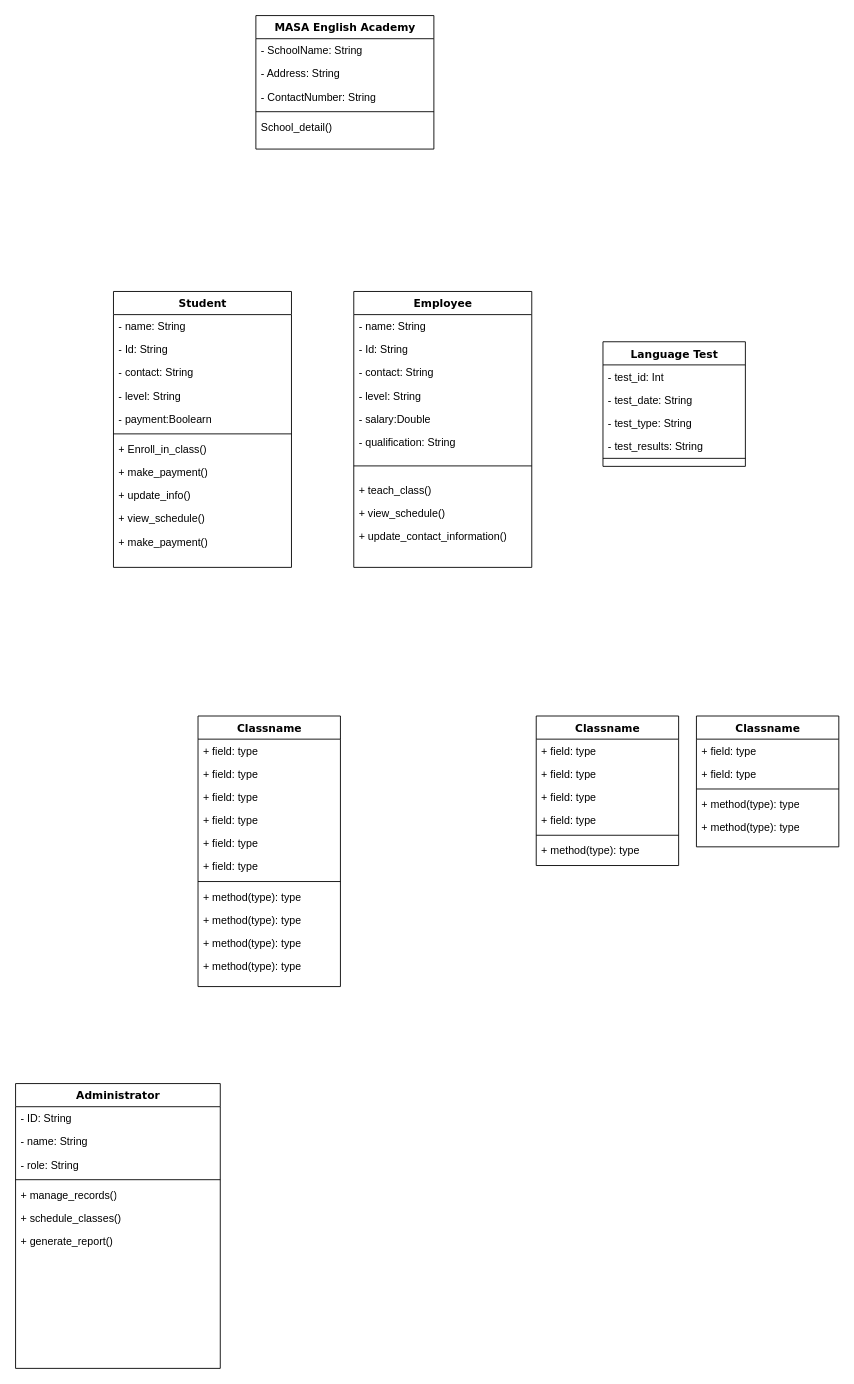
mati-tech/draw.io keeps this draw.io diagram as Masa_academy_diagram_class.drawio. Above is the earlier version. Source tidied: cells renumbered, new cells numbered last; positions are measured from the earlier drawing's top-left corner, leaving out a move shared by most shapes. Both pictures are drawn from the tidied source at 89%, with x=0, y=0 at pixel (15, 15).
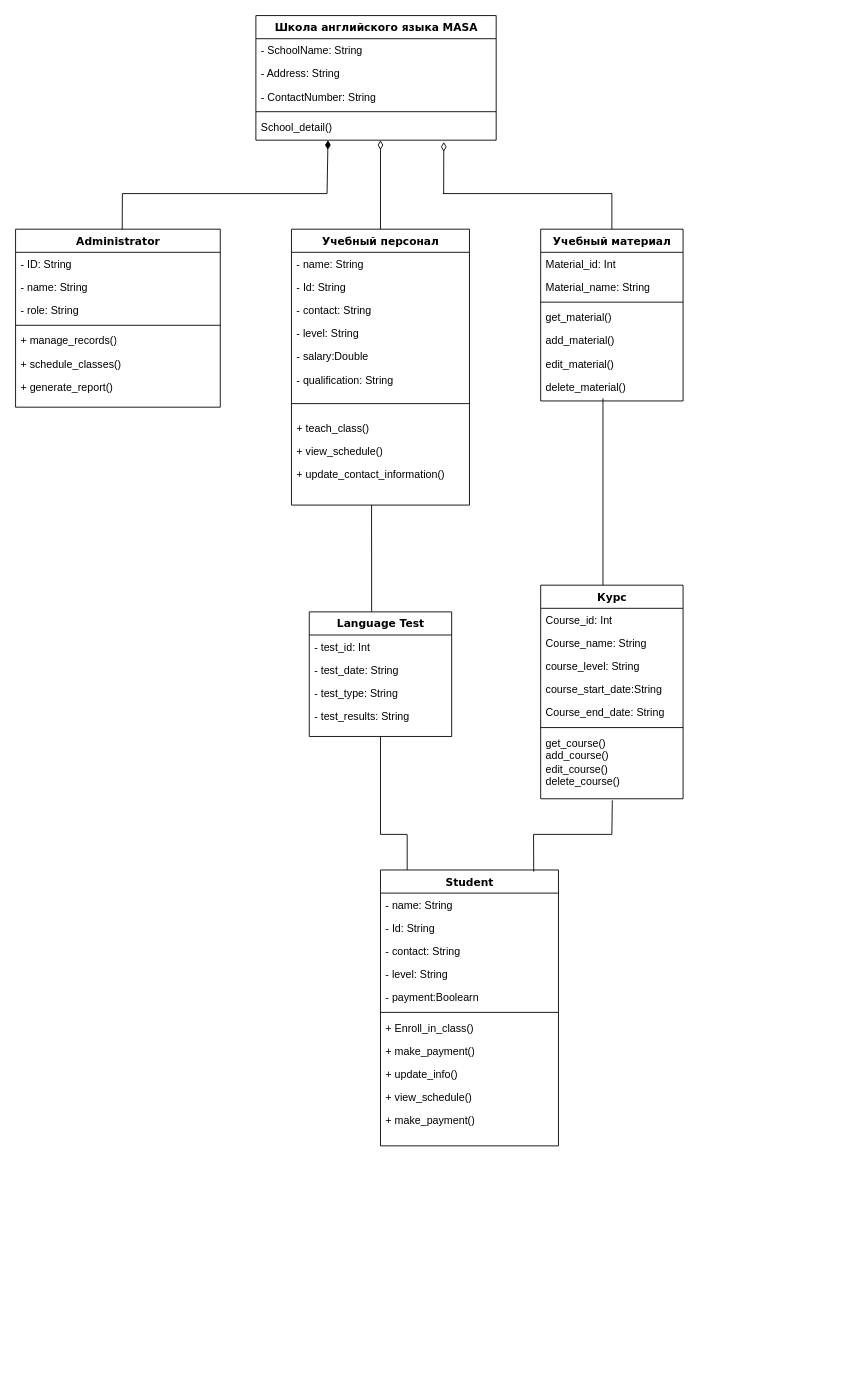
After the change.

Change to the diagram source:
```diff
@@
     <mxCell id="2" value="Student" style="swimlane;html=1;fontStyle=1;align=center;verticalAlign=top;horizontal=1;startSize=26;swimlaneFillColor=#ffffff;rounded=0;shadow=0;comic=0;labelBackgroundColor=none;strokeWidth=1;fillColor=none;fontFamily=Verdana;fontSize=12;" parent="1" vertex="1">
-      <mxGeometry x="110" y="310" width="200" height="310" as="geometry" />
+      <mxGeometry x="410" y="960" width="200" height="310" as="geometry" />
     </mxCell>
@@
     <mxCell id="14" value="Administrator" style="swimlane;html=1;fontStyle=1;align=center;verticalAlign=top;horizontal=1;startSize=26;swimlaneFillColor=#ffffff;rounded=0;shadow=0;comic=0;labelBackgroundColor=none;strokeWidth=1;fillColor=none;fontFamily=Verdana;fontSize=12;" parent="1" vertex="1">
-      <mxGeometry y="1200" width="230" height="320" as="geometry" />
+      <mxGeometry y="240" width="230" height="200" as="geometry" />
     </mxCell>
@@
     <mxCell id="22" value="Language Test" style="swimlane;html=1;fontStyle=1;align=center;verticalAlign=top;horizontal=1;startSize=26;swimlaneFillColor=#ffffff;rounded=0;shadow=0;comic=0;labelBackgroundColor=none;strokeWidth=1;fillColor=none;fontFamily=Verdana;fontSize=12;" parent="1" vertex="1">
-      <mxGeometry x="660" y="366.5" width="160" height="140" as="geometry" />
+      <mxGeometry x="330" y="670" width="160" height="140" as="geometry" />
     </mxCell>
@@
     <mxCell id="27" style="line;html=1;strokeWidth=1;fillColor=none;align=left;verticalAlign=middle;spacingTop=-1;spacingLeft=3;spacingRight=3;labelPosition=right;" parent="22" vertex="1">
-      <mxGeometry y="130" width="160" height="2" as="geometry" />
+      <mxGeometry y="130" width="160" as="geometry" />
     </mxCell>
-    <mxCell id="28" value="Employee" style="swimlane;html=1;fontStyle=1;align=center;verticalAlign=top;horizontal=1;startSize=26;swimlaneFillColor=#ffffff;rounded=0;shadow=0;comic=0;labelBackgroundColor=none;strokeWidth=1;fillColor=none;fontFamily=Verdana;fontSize=12;" parent="1" vertex="1">
-      <mxGeometry x="380" y="310" width="200" height="310" as="geometry" />
+    <mxCell id="28" value="Учебный персонал" style="swimlane;html=1;fontStyle=1;align=center;verticalAlign=top;horizontal=1;startSize=26;swimlaneFillColor=#ffffff;rounded=0;shadow=0;comic=0;labelBackgroundColor=none;strokeWidth=1;fillColor=none;fontFamily=Verdana;fontSize=12;" parent="1" vertex="1">
+      <mxGeometry x="310" y="240" width="200" height="310" as="geometry" />
     </mxCell>
@@
-    <mxCell id="39" value="Classname" style="swimlane;html=1;fontStyle=1;align=center;verticalAlign=top;horizontal=1;startSize=26;swimlaneFillColor=#ffffff;rounded=0;shadow=0;comic=0;labelBackgroundColor=none;strokeWidth=1;fillColor=none;fontFamily=Verdana;fontSize=12;" parent="1" vertex="1">
-      <mxGeometry x="205" y="787" width="160" height="304" as="geometry" />
+    <mxCell id="39" value="Учебный материал" style="swimlane;html=1;fontStyle=1;align=center;verticalAlign=top;horizontal=1;startSize=26;swimlaneFillColor=#ffffff;rounded=0;shadow=0;comic=0;labelBackgroundColor=none;strokeWidth=1;fillColor=none;fontFamily=Verdana;fontSize=12;" parent="1" vertex="1">
+      <mxGeometry x="590" y="240" width="160" height="193" as="geometry" />
     </mxCell>
-    <mxCell id="40" value="+ field: type" style="text;html=1;strokeColor=none;fillColor=none;align=left;verticalAlign=top;spacingLeft=4;spacingRight=4;whiteSpace=wrap;overflow=hidden;" parent="39" vertex="1">
+    <mxCell id="40" value="Material_id: Int" style="text;html=1;strokeColor=none;fillColor=none;align=left;verticalAlign=top;spacingLeft=4;spacingRight=4;whiteSpace=wrap;overflow=hidden;" parent="39" vertex="1">
       <mxGeometry y="26" width="160" height="26" as="geometry" />
     </mxCell>
-    <mxCell id="41" value="+ field: type" style="text;html=1;strokeColor=none;fillColor=none;align=left;verticalAlign=top;spacingLeft=4;spacingRight=4;whiteSpace=wrap;overflow=hidden;" parent="39" vertex="1">
+    <mxCell id="41" value="Material_name: String" style="text;html=1;strokeColor=none;fillColor=none;align=left;verticalAlign=top;spacingLeft=4;spacingRight=4;whiteSpace=wrap;overflow=hidden;" parent="39" vertex="1">
       <mxGeometry y="52" width="160" height="26" as="geometry" />
     </mxCell>
-    <mxCell id="42" value="+ field: type" style="text;html=1;strokeColor=none;fillColor=none;align=left;verticalAlign=top;spacingLeft=4;spacingRight=4;whiteSpace=wrap;overflow=hidden;" parent="39" vertex="1">
-      <mxGeometry y="78" width="160" height="26" as="geometry" />
-    </mxCell>
-    <mxCell id="43" value="+ field: type" style="text;html=1;strokeColor=none;fillColor=none;align=left;verticalAlign=top;spacingLeft=4;spacingRight=4;whiteSpace=wrap;overflow=hidden;" parent="39" vertex="1">
-      <mxGeometry y="104" width="160" height="26" as="geometry" />
-    </mxCell>
-    <mxCell id="44" value="+ field: type" style="text;html=1;strokeColor=none;fillColor=none;align=left;verticalAlign=top;spacingLeft=4;spacingRight=4;whiteSpace=wrap;overflow=hidden;" parent="39" vertex="1">
-      <mxGeometry y="130" width="160" height="26" as="geometry" />
-    </mxCell>
-    <mxCell id="45" value="+ field: type" style="text;html=1;strokeColor=none;fillColor=none;align=left;verticalAlign=top;spacingLeft=4;spacingRight=4;whiteSpace=wrap;overflow=hidden;" parent="39" vertex="1">
-      <mxGeometry y="156" width="160" height="26" as="geometry" />
-    </mxCell>
     <mxCell id="46" style="line;html=1;strokeWidth=1;fillColor=none;align=left;verticalAlign=middle;spacingTop=-1;spacingLeft=3;spacingRight=3;labelPosition=right;" parent="39" vertex="1">
-      <mxGeometry y="182" width="160" height="8" as="geometry" />
+      <mxGeometry y="78" width="160" height="8" as="geometry" />
     </mxCell>
-    <mxCell id="47" value="+ method(type): type" style="text;html=1;strokeColor=none;fillColor=none;align=left;verticalAlign=top;spacingLeft=4;spacingRight=4;whiteSpace=wrap;overflow=hidden;" parent="39" vertex="1">
-      <mxGeometry y="190" width="160" height="26" as="geometry" />
+    <mxCell id="47" value="get_material()" style="text;html=1;strokeColor=none;fillColor=none;align=left;verticalAlign=top;spacingLeft=4;spacingRight=4;whiteSpace=wrap;overflow=hidden;" parent="39" vertex="1">
+      <mxGeometry y="86" width="160" height="26" as="geometry" />
     </mxCell>
-    <mxCell id="48" value="+ method(type): type" style="text;html=1;strokeColor=none;fillColor=none;align=left;verticalAlign=top;spacingLeft=4;spacingRight=4;whiteSpace=wrap;overflow=hidden;" parent="39" vertex="1">
-      <mxGeometry y="216" width="160" height="26" as="geometry" />
+    <mxCell id="48" value="add_material()" style="text;html=1;strokeColor=none;fillColor=none;align=left;verticalAlign=top;spacingLeft=4;spacingRight=4;whiteSpace=wrap;overflow=hidden;" parent="39" vertex="1">
+      <mxGeometry y="112" width="160" height="26" as="geometry" />
     </mxCell>
-    <mxCell id="49" value="+ method(type): type" style="text;html=1;strokeColor=none;fillColor=none;align=left;verticalAlign=top;spacingLeft=4;spacingRight=4;whiteSpace=wrap;overflow=hidden;" parent="39" vertex="1">
-      <mxGeometry y="242" width="160" height="26" as="geometry" />
+    <mxCell id="49" value="edit_material()" style="text;html=1;strokeColor=none;fillColor=none;align=left;verticalAlign=top;spacingLeft=4;spacingRight=4;whiteSpace=wrap;overflow=hidden;" parent="39" vertex="1">
+      <mxGeometry y="138" width="160" height="26" as="geometry" />
     </mxCell>
-    <mxCell id="50" value="+ method(type): type" style="text;html=1;strokeColor=none;fillColor=none;align=left;verticalAlign=top;spacingLeft=4;spacingRight=4;whiteSpace=wrap;overflow=hidden;" parent="39" vertex="1">
-      <mxGeometry y="268" width="160" height="26" as="geometry" />
+    <mxCell id="50" value="delete_material()" style="text;html=1;strokeColor=none;fillColor=none;align=left;verticalAlign=top;spacingLeft=4;spacingRight=4;whiteSpace=wrap;overflow=hidden;" parent="39" vertex="1">
+      <mxGeometry y="164" width="160" height="26" as="geometry" />
     </mxCell>
-    <mxCell id="51" value="MASA English Academy" style="swimlane;html=1;fontStyle=1;align=center;verticalAlign=top;horizontal=1;startSize=26;swimlaneFillColor=#ffffff;rounded=0;shadow=0;comic=0;labelBackgroundColor=none;strokeWidth=1;fillColor=none;fontFamily=Verdana;fontSize=12;" parent="1" vertex="1">
-      <mxGeometry x="270" width="200" height="150" as="geometry" />
+    <mxCell id="51" value="Школа английского языка MASA" style="swimlane;html=1;fontStyle=1;align=center;verticalAlign=top;horizontal=1;startSize=26;swimlaneFillColor=#ffffff;rounded=0;shadow=0;comic=0;labelBackgroundColor=none;strokeWidth=1;fillColor=none;fontFamily=Verdana;fontSize=12;" parent="1" vertex="1">
+      <mxGeometry x="270" width="270" height="140" as="geometry" />
     </mxCell>
     <mxCell id="52" value="- SchoolName: String" style="text;html=1;strokeColor=none;fillColor=none;align=left;verticalAlign=top;spacingLeft=4;spacingRight=4;whiteSpace=wrap;overflow=hidden;" parent="51" vertex="1">
-      <mxGeometry y="26" width="200" height="26" as="geometry" />
+      <mxGeometry y="26" width="270" height="26" as="geometry" />
     </mxCell>
     <mxCell id="53" value="- Address: String" style="text;html=1;strokeColor=none;fillColor=none;align=left;verticalAlign=top;spacingLeft=4;spacingRight=4;whiteSpace=wrap;overflow=hidden;" parent="51" vertex="1">
-      <mxGeometry y="52" width="200" height="26" as="geometry" />
+      <mxGeometry y="52" width="270" height="26" as="geometry" />
     </mxCell>
     <mxCell id="54" value="- ContactNumber: String" style="text;html=1;strokeColor=none;fillColor=none;align=left;verticalAlign=top;spacingLeft=4;spacingRight=4;whiteSpace=wrap;overflow=hidden;" parent="51" vertex="1">
-      <mxGeometry y="78" width="200" height="26" as="geometry" />
+      <mxGeometry y="78" width="270" height="26" as="geometry" />
     </mxCell>
     <mxCell id="55" style="line;html=1;strokeWidth=1;fillColor=none;align=left;verticalAlign=middle;spacingTop=-1;spacingLeft=3;spacingRight=3;labelPosition=right;" parent="51" vertex="1">
-      <mxGeometry y="104" width="200" height="8" as="geometry" />
+      <mxGeometry y="104" width="270" height="8" as="geometry" />
     </mxCell>
     <mxCell id="56" value="School_detail()" style="text;html=1;strokeColor=none;fillColor=none;align=left;verticalAlign=top;spacingLeft=4;spacingRight=4;whiteSpace=wrap;overflow=hidden;points=[[0,0.5],[1,0.5]];portConstraint=eastwest;" parent="51" vertex="1">
-      <mxGeometry y="112" width="200" height="26" as="geometry" />
+      <mxGeometry y="112" width="270" height="26" as="geometry" />
     </mxCell>
-    <mxCell id="57" value="Classname" style="swimlane;html=1;fontStyle=1;align=center;verticalAlign=top;horizontal=1;startSize=26;swimlaneFillColor=#ffffff;rounded=0;shadow=0;comic=0;labelBackgroundColor=none;strokeWidth=1;fillColor=none;fontFamily=Verdana;fontSize=12;" parent="1" vertex="1">
-      <mxGeometry x="585" y="787" width="160" height="168" as="geometry" />
+    <mxCell id="57" value="Курс" style="swimlane;html=1;fontStyle=1;align=center;verticalAlign=top;horizontal=1;startSize=26;swimlaneFillColor=#ffffff;rounded=0;shadow=0;comic=0;labelBackgroundColor=none;strokeWidth=1;fillColor=none;fontFamily=Verdana;fontSize=12;" parent="1" vertex="1">
+      <mxGeometry x="590" y="640" width="160" height="240" as="geometry" />
     </mxCell>
-    <mxCell id="58" value="+ field: type" style="text;html=1;strokeColor=none;fillColor=none;align=left;verticalAlign=top;spacingLeft=4;spacingRight=4;whiteSpace=wrap;overflow=hidden;" parent="57" vertex="1">
+    <mxCell id="58" value="Course_id: Int" style="text;html=1;strokeColor=none;fillColor=none;align=left;verticalAlign=top;spacingLeft=4;spacingRight=4;whiteSpace=wrap;overflow=hidden;" parent="57" vertex="1">
       <mxGeometry y="26" width="160" height="26" as="geometry" />
     </mxCell>
-    <mxCell id="59" value="+ field: type" style="text;html=1;strokeColor=none;fillColor=none;align=left;verticalAlign=top;spacingLeft=4;spacingRight=4;whiteSpace=wrap;overflow=hidden;" parent="57" vertex="1">
+    <mxCell id="59" value="Course_name: String" style="text;html=1;strokeColor=none;fillColor=none;align=left;verticalAlign=top;spacingLeft=4;spacingRight=4;whiteSpace=wrap;overflow=hidden;" parent="57" vertex="1">
       <mxGeometry y="52" width="160" height="26" as="geometry" />
     </mxCell>
-    <mxCell id="60" value="+ field: type" style="text;html=1;strokeColor=none;fillColor=none;align=left;verticalAlign=top;spacingLeft=4;spacingRight=4;whiteSpace=wrap;overflow=hidden;" parent="57" vertex="1">
+    <mxCell id="60" value="course_level: String" style="text;html=1;strokeColor=none;fillColor=none;align=left;verticalAlign=top;spacingLeft=4;spacingRight=4;whiteSpace=wrap;overflow=hidden;" parent="57" vertex="1">
       <mxGeometry y="78" width="160" height="26" as="geometry" />
     </mxCell>
-    <mxCell id="61" value="+ field: type" style="text;html=1;strokeColor=none;fillColor=none;align=left;verticalAlign=top;spacingLeft=4;spacingRight=4;whiteSpace=wrap;overflow=hidden;" parent="57" vertex="1">
+    <mxCell id="61" value="course_start_date:String" style="text;html=1;strokeColor=none;fillColor=none;align=left;verticalAlign=top;spacingLeft=4;spacingRight=4;whiteSpace=wrap;overflow=hidden;" parent="57" vertex="1">
       <mxGeometry y="104" width="160" height="26" as="geometry" />
     </mxCell>
+    <mxCell id="70" value="Course_end_date: String" style="text;html=1;strokeColor=none;fillColor=none;align=left;verticalAlign=top;spacingLeft=4;spacingRight=4;whiteSpace=wrap;overflow=hidden;" parent="57" vertex="1">
+      <mxGeometry y="130" width="160" height="26" as="geometry" />
+    </mxCell>
     <mxCell id="62" style="line;html=1;strokeWidth=1;fillColor=none;align=left;verticalAlign=middle;spacingTop=-1;spacingLeft=3;spacingRight=3;labelPosition=right;" parent="57" vertex="1">
-      <mxGeometry y="130" width="160" height="8" as="geometry" />
+      <mxGeometry y="156" width="160" height="8" as="geometry" />
     </mxCell>
-    <mxCell id="63" value="+ method(type): type" style="text;html=1;strokeColor=none;fillColor=none;align=left;verticalAlign=top;spacingLeft=4;spacingRight=4;whiteSpace=wrap;overflow=hidden;points=[[0,0.5],[1,0.5]];portConstraint=eastwest;" parent="57" vertex="1">
-      <mxGeometry y="138" width="160" height="26" as="geometry" />
+    <mxCell id="63" value="get_course()&lt;div&gt;add_course()&lt;/div&gt;&lt;div&gt;edit_course()&lt;/div&gt;&lt;div&gt;delete_course()&amp;nbsp;&lt;/div&gt;&lt;div&gt;&lt;br&gt;&lt;/div&gt;" style="text;html=1;strokeColor=none;fillColor=none;align=left;verticalAlign=top;spacingLeft=4;spacingRight=4;whiteSpace=wrap;overflow=hidden;points=[[0,0.5],[1,0.5]];portConstraint=eastwest;" parent="57" vertex="1">
+      <mxGeometry y="164" width="160" height="76" as="geometry" />
     </mxCell>
-    <mxCell id="64" value="Classname" style="swimlane;html=1;fontStyle=1;align=center;verticalAlign=top;horizontal=1;startSize=26;swimlaneFillColor=#ffffff;rounded=0;shadow=0;comic=0;labelBackgroundColor=none;strokeWidth=1;fillColor=none;fontFamily=Verdana;fontSize=12;" parent="1" vertex="1">
-      <mxGeometry x="765" y="787" width="160" height="147" as="geometry" />
-    </mxCell>
-    <mxCell id="65" value="+ field: type" style="text;html=1;strokeColor=none;fillColor=none;align=left;verticalAlign=top;spacingLeft=4;spacingRight=4;whiteSpace=wrap;overflow=hidden;" parent="64" vertex="1">
-      <mxGeometry y="26" width="160" height="26" as="geometry" />
-    </mxCell>
-    <mxCell id="66" value="+ field: type" style="text;html=1;strokeColor=none;fillColor=none;align=left;verticalAlign=top;spacingLeft=4;spacingRight=4;whiteSpace=wrap;overflow=hidden;" parent="64" vertex="1">
-      <mxGeometry y="52" width="160" height="26" as="geometry" />
-    </mxCell>
-    <mxCell id="67" style="line;html=1;strokeWidth=1;fillColor=none;align=left;verticalAlign=middle;spacingTop=-1;spacingLeft=3;spacingRight=3;labelPosition=right;" parent="64" vertex="1">
-      <mxGeometry y="78" width="160" height="8" as="geometry" />
-    </mxCell>
-    <mxCell id="68" value="+ method(type): type" style="text;html=1;strokeColor=none;fillColor=none;align=left;verticalAlign=top;spacingLeft=4;spacingRight=4;whiteSpace=wrap;overflow=hidden;" parent="64" vertex="1">
-      <mxGeometry y="86" width="160" height="26" as="geometry" />
-    </mxCell>
-    <mxCell id="69" value="+ method(type): type" style="text;html=1;strokeColor=none;fillColor=none;align=left;verticalAlign=top;spacingLeft=4;spacingRight=4;whiteSpace=wrap;overflow=hidden;" parent="64" vertex="1">
-      <mxGeometry y="112" width="160" height="26" as="geometry" />
-    </mxCell>
+    <mxCell id="71" style="endArrow=none;startArrow=diamondThin;endFill=0;startFill=0;html=1;verticalAlign=bottom;labelBackgroundColor=none;strokeWidth=1;startSize=8;endSize=8;rounded=0;entryX=0.5;entryY=0;entryDx=0;entryDy=0;" parent="1" edge="1" target="28">
+      <mxGeometry relative="1" as="geometry">
+        <mxPoint x="410" y="140" as="sourcePoint" />
+      </mxGeometry>
+    </mxCell>
+    <mxCell id="72" style="endArrow=none;html=1;rounded=0;exitX=0.5;exitY=0;exitDx=0;exitDy=0;" parent="1" edge="1" source="39">
+      <mxGeometry relative="1" as="geometry">
+        <mxPoint x="480" y="200" as="targetPoint" />
+        <Array as="points">
+          <mxPoint x="670" y="200" />
+        </Array>
+      </mxGeometry>
+    </mxCell>
+    <mxCell id="73" style="endArrow=none;html=1;rounded=0;" parent="1" edge="1">
+      <mxGeometry relative="1" as="geometry">
+        <mxPoint x="120" y="200" as="sourcePoint" />
+        <mxPoint x="350" y="200" as="targetPoint" />
+      </mxGeometry>
+    </mxCell>
+    <mxCell id="74" style="endArrow=none;html=1;rounded=0;exitX=0.521;exitY=0.001;exitDx=0;exitDy=0;exitPerimeter=0;" parent="1" edge="1" source="14">
+      <mxGeometry relative="1" as="geometry">
+        <mxPoint x="120" y="200" as="targetPoint" />
+      </mxGeometry>
+    </mxCell>
+    <mxCell id="75" style="endArrow=none;html=1;rounded=0;" parent="1" edge="1">
+      <mxGeometry relative="1" as="geometry">
+        <mxPoint x="660" y="640" as="sourcePoint" />
+        <mxPoint x="660" y="430" as="targetPoint" />
+      </mxGeometry>
+    </mxCell>
+    <mxCell id="76" style="endArrow=none;html=1;rounded=0;entryX=0.503;entryY=1.023;entryDx=0;entryDy=0;entryPerimeter=0;exitX=0.861;exitY=0.006;exitDx=0;exitDy=0;exitPerimeter=0;" parent="1" edge="1" source="2" target="63">
+      <mxGeometry relative="1" as="geometry">
+        <Array as="points">
+          <mxPoint x="582" y="920" />
+          <mxPoint x="670" y="920" />
+        </Array>
+      </mxGeometry>
+    </mxCell>
+    <mxCell id="77" style="endArrow=none;html=1;rounded=0;" parent="1" edge="1">
+      <mxGeometry relative="1" as="geometry">
+        <mxPoint x="440" y="960" as="sourcePoint" />
+        <mxPoint x="440" y="920.3" as="targetPoint" />
+      </mxGeometry>
+    </mxCell>
+    <mxCell id="78" style="endArrow=none;html=1;rounded=0;entryX=0.5;entryY=1;entryDx=0;entryDy=0;" parent="1" edge="1" target="22">
+      <mxGeometry relative="1" as="geometry">
+        <mxPoint x="410" y="920" as="sourcePoint" />
+      </mxGeometry>
+    </mxCell>
+    <mxCell id="79" style="endArrow=none;html=1;rounded=0;" parent="1" edge="1">
+      <mxGeometry relative="1" as="geometry">
+        <mxPoint x="410" y="920" as="sourcePoint" />
+        <mxPoint x="440" y="920" as="targetPoint" />
+      </mxGeometry>
+    </mxCell>
+    <mxCell id="80" style="endArrow=none;startArrow=diamondThin;endFill=0;startFill=0;html=1;verticalAlign=bottom;labelBackgroundColor=none;strokeWidth=1;startSize=8;endSize=8;rounded=0;exitX=0.782;exitY=1.155;exitDx=0;exitDy=0;exitPerimeter=0;" parent="1" edge="1" source="56">
+      <mxGeometry relative="1" as="geometry">
+        <mxPoint x="481" y="200" as="targetPoint" />
+      </mxGeometry>
+    </mxCell>
+    <mxCell id="81" style="endArrow=none;startArrow=diamondThin;endFill=0;startFill=1;html=1;verticalAlign=bottom;labelBackgroundColor=none;strokeWidth=1;startSize=8;endSize=8;rounded=0;exitX=0.3;exitY=1.078;exitDx=0;exitDy=0;exitPerimeter=0;" parent="1" edge="1" source="56">
+      <mxGeometry relative="1" as="geometry">
+        <mxPoint x="350" y="200" as="targetPoint" />
+      </mxGeometry>
+    </mxCell>
+    <mxCell id="82" style="endArrow=none;html=1;rounded=0;exitX=0.438;exitY=0;exitDx=0;exitDy=0;exitPerimeter=0;" parent="1" edge="1" source="22">
+      <mxGeometry relative="1" as="geometry">
+        <mxPoint x="400" y="550" as="targetPoint" />
+      </mxGeometry>
+    </mxCell>
```
